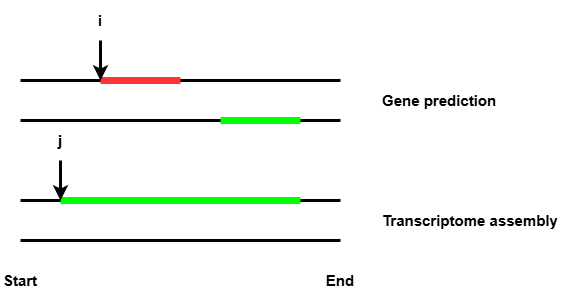
Earlier version of the draw.io export figures/MissingOverlappingExons.png (SimonHegele/UTRpy). Source tidied: cells renumbered, new cells last; positions are measured from the earlier drawing's top-left corner, leaving out a move shared by most shapes. Source of this version:
```xml
<mxGraphModel>
  <root>
    <mxCell id="0" />
    <mxCell id="1" parent="0" />
    <mxCell id="2" style="endArrow=none;html=1;rounded=0;strokeWidth=3;" parent="1" edge="1">
      <mxGeometry relative="1" as="geometry">
        <mxPoint x="20" y="80" as="sourcePoint" />
        <mxPoint x="340" y="80" as="targetPoint" />
      </mxGeometry>
    </mxCell>
    <mxCell id="3" style="endArrow=none;html=1;rounded=0;strokeWidth=3;" parent="1" edge="1">
      <mxGeometry relative="1" as="geometry">
        <mxPoint x="20" y="200" as="sourcePoint" />
        <mxPoint x="340" y="200" as="targetPoint" />
      </mxGeometry>
    </mxCell>
    <mxCell id="4" style="endArrow=none;html=1;rounded=0;strokeWidth=7;strokeColor=#00FF00;" parent="1" edge="1">
      <mxGeometry relative="1" as="geometry">
        <mxPoint x="60" y="200" as="sourcePoint" />
        <mxPoint x="300" y="200" as="targetPoint" />
      </mxGeometry>
    </mxCell>
    <mxCell id="5" value="&lt;span style=&quot;font-size: 15px;&quot;&gt;&lt;b&gt;End&lt;/b&gt;&lt;/span&gt;" style="text;html=1;align=center;verticalAlign=middle;whiteSpace=wrap;rounded=0;" parent="1" vertex="1">
      <mxGeometry x="320" y="260" width="40" height="40" as="geometry" />
    </mxCell>
    <mxCell id="6" value="&lt;b&gt;&lt;font style=&quot;font-size: 15px;&quot;&gt;Start&lt;/font&gt;&lt;/b&gt;" style="text;html=1;align=center;verticalAlign=middle;whiteSpace=wrap;rounded=0;" parent="1" vertex="1">
      <mxGeometry y="260" width="40" height="40" as="geometry" />
    </mxCell>
    <mxCell id="7" style="endArrow=none;html=1;rounded=0;strokeWidth=7;strokeColor=#FF3333;" parent="1" edge="1">
      <mxGeometry relative="1" as="geometry">
        <mxPoint x="100" y="80" as="sourcePoint" />
        <mxPoint x="180" y="80" as="targetPoint" />
      </mxGeometry>
    </mxCell>
    <mxCell id="8" style="endArrow=none;html=1;rounded=0;strokeWidth=3;" parent="1" edge="1">
      <mxGeometry relative="1" as="geometry">
        <mxPoint x="20" y="240" as="sourcePoint" />
        <mxPoint x="340" y="240" as="targetPoint" />
      </mxGeometry>
    </mxCell>
    <mxCell id="9" style="endArrow=none;html=1;rounded=0;strokeWidth=3;" parent="1" edge="1">
      <mxGeometry relative="1" as="geometry">
        <mxPoint x="20" y="120" as="sourcePoint" />
        <mxPoint x="340" y="120" as="targetPoint" />
      </mxGeometry>
    </mxCell>
    <mxCell id="10" style="endArrow=none;html=1;rounded=0;strokeWidth=7;strokeColor=#00FF00;" parent="1" edge="1">
      <mxGeometry relative="1" as="geometry">
        <mxPoint x="220" y="120" as="sourcePoint" />
        <mxPoint x="300" y="120" as="targetPoint" />
      </mxGeometry>
    </mxCell>
    <mxCell id="11" value="&lt;font style=&quot;font-size: 15px;&quot;&gt;&lt;b&gt;Gene prediction&lt;/b&gt;&lt;/font&gt;" style="text;html=1;align=left;verticalAlign=middle;whiteSpace=wrap;rounded=0;" parent="1" vertex="1">
      <mxGeometry x="380" y="80" width="160" height="40" as="geometry" />
    </mxCell>
    <mxCell id="12" style="endArrow=classic;html=1;rounded=0;strokeWidth=3;" parent="1" edge="1">
      <mxGeometry relative="1" as="geometry">
        <mxPoint x="60" y="160" as="sourcePoint" />
        <mxPoint x="60" y="200" as="targetPoint" />
      </mxGeometry>
    </mxCell>
    <mxCell id="13" value="&lt;font style=&quot;font-size: 15px;&quot;&gt;&lt;b&gt;Transcriptome assembly&lt;/b&gt;&lt;/font&gt;" style="text;html=1;align=left;verticalAlign=middle;whiteSpace=wrap;rounded=0;" parent="1" vertex="1">
      <mxGeometry x="380" y="200" width="200" height="40" as="geometry" />
    </mxCell>
    <mxCell id="14" value="&lt;b&gt;&lt;font style=&quot;font-size: 15px;&quot;&gt;j&lt;/font&gt;&lt;/b&gt;" style="text;html=1;align=center;verticalAlign=middle;whiteSpace=wrap;rounded=0;" parent="1" vertex="1">
      <mxGeometry x="40" y="120" width="40" height="40" as="geometry" />
    </mxCell>
    <mxCell id="15" style="endArrow=classic;html=1;rounded=0;strokeWidth=3;" parent="1" edge="1">
      <mxGeometry relative="1" as="geometry">
        <mxPoint x="100" y="40" as="sourcePoint" />
        <mxPoint x="100" y="80" as="targetPoint" />
      </mxGeometry>
    </mxCell>
    <mxCell id="16" value="&lt;b&gt;&lt;font style=&quot;font-size: 15px;&quot;&gt;i&lt;/font&gt;&lt;/b&gt;" style="text;html=1;align=center;verticalAlign=middle;whiteSpace=wrap;rounded=0;" parent="1" vertex="1">
      <mxGeometry x="80" width="40" height="40" as="geometry" />
    </mxCell>
  </root>
</mxGraphModel>
```
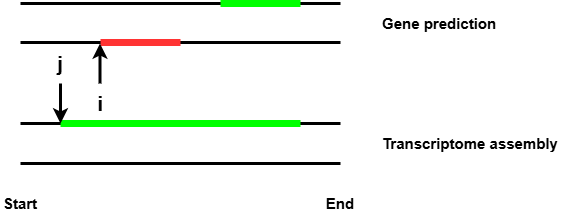
The same file after the commit.

Change to the diagram source:
```diff
@@ -2,6 +2,12 @@
   <root>
     <mxCell id="0" />
     <mxCell id="1" parent="0" />
+    <mxCell id="9" style="endArrow=none;html=1;rounded=0;strokeWidth=3;" parent="1" edge="1">
+      <mxGeometry relative="1" as="geometry">
+        <mxPoint x="20" y="119" as="sourcePoint" />
+        <mxPoint x="340" y="119" as="targetPoint" />
+      </mxGeometry>
+    </mxCell>
     <mxCell id="2" style="endArrow=none;html=1;rounded=0;strokeWidth=3;" parent="1" edge="1">
       <mxGeometry relative="1" as="geometry">
         <mxPoint x="20" y="80" as="sourcePoint" />
@@ -28,8 +34,8 @@
     </mxCell>
     <mxCell id="7" style="endArrow=none;html=1;rounded=0;strokeWidth=7;strokeColor=#FF3333;" parent="1" edge="1">
       <mxGeometry relative="1" as="geometry">
-        <mxPoint x="100" y="80" as="sourcePoint" />
-        <mxPoint x="180" y="80" as="targetPoint" />
+        <mxPoint x="100" y="119" as="sourcePoint" />
+        <mxPoint x="180" y="119" as="targetPoint" />
       </mxGeometry>
     </mxCell>
     <mxCell id="8" style="endArrow=none;html=1;rounded=0;strokeWidth=3;" parent="1" edge="1">
@@ -38,16 +44,10 @@
         <mxPoint x="340" y="240" as="targetPoint" />
       </mxGeometry>
     </mxCell>
-    <mxCell id="9" style="endArrow=none;html=1;rounded=0;strokeWidth=3;" parent="1" edge="1">
-      <mxGeometry relative="1" as="geometry">
-        <mxPoint x="20" y="120" as="sourcePoint" />
-        <mxPoint x="340" y="120" as="targetPoint" />
-      </mxGeometry>
-    </mxCell>
     <mxCell id="10" style="endArrow=none;html=1;rounded=0;strokeWidth=7;strokeColor=#00FF00;" parent="1" edge="1">
       <mxGeometry relative="1" as="geometry">
-        <mxPoint x="220" y="120" as="sourcePoint" />
-        <mxPoint x="300" y="120" as="targetPoint" />
+        <mxPoint x="220" y="80" as="sourcePoint" />
+        <mxPoint x="300" y="80" as="targetPoint" />
       </mxGeometry>
     </mxCell>
     <mxCell id="11" value="&lt;font style=&quot;font-size: 15px;&quot;&gt;&lt;b&gt;Gene prediction&lt;/b&gt;&lt;/font&gt;" style="text;html=1;align=left;verticalAlign=middle;whiteSpace=wrap;rounded=0;" parent="1" vertex="1">
@@ -62,17 +62,17 @@
     <mxCell id="13" value="&lt;font style=&quot;font-size: 15px;&quot;&gt;&lt;b&gt;Transcriptome assembly&lt;/b&gt;&lt;/font&gt;" style="text;html=1;align=left;verticalAlign=middle;whiteSpace=wrap;rounded=0;" parent="1" vertex="1">
       <mxGeometry x="380" y="200" width="200" height="40" as="geometry" />
     </mxCell>
-    <mxCell id="14" value="&lt;b&gt;&lt;font style=&quot;font-size: 15px;&quot;&gt;j&lt;/font&gt;&lt;/b&gt;" style="text;html=1;align=center;verticalAlign=middle;whiteSpace=wrap;rounded=0;" parent="1" vertex="1">
+    <mxCell id="14" value="&lt;b&gt;&lt;font style=&quot;font-size: 20px;&quot;&gt;j&lt;/font&gt;&lt;/b&gt;" style="text;html=1;align=center;verticalAlign=middle;whiteSpace=wrap;rounded=0;" parent="1" vertex="1">
       <mxGeometry x="40" y="120" width="40" height="40" as="geometry" />
     </mxCell>
     <mxCell id="15" style="endArrow=classic;html=1;rounded=0;strokeWidth=3;" parent="1" edge="1">
       <mxGeometry relative="1" as="geometry">
-        <mxPoint x="100" y="40" as="sourcePoint" />
-        <mxPoint x="100" y="80" as="targetPoint" />
+        <mxPoint x="99.5" y="160" as="sourcePoint" />
+        <mxPoint x="99.5" y="120" as="targetPoint" />
       </mxGeometry>
     </mxCell>
-    <mxCell id="16" value="&lt;b&gt;&lt;font style=&quot;font-size: 15px;&quot;&gt;i&lt;/font&gt;&lt;/b&gt;" style="text;html=1;align=center;verticalAlign=middle;whiteSpace=wrap;rounded=0;" parent="1" vertex="1">
-      <mxGeometry x="80" width="40" height="40" as="geometry" />
+    <mxCell id="16" value="&lt;b&gt;&lt;font style=&quot;font-size: 20px;&quot;&gt;i&lt;/font&gt;&lt;/b&gt;" style="text;html=1;align=center;verticalAlign=middle;whiteSpace=wrap;rounded=0;" parent="1" vertex="1">
+      <mxGeometry x="80" y="160" width="40" height="40" as="geometry" />
     </mxCell>
   </root>
 </mxGraphModel>
```
